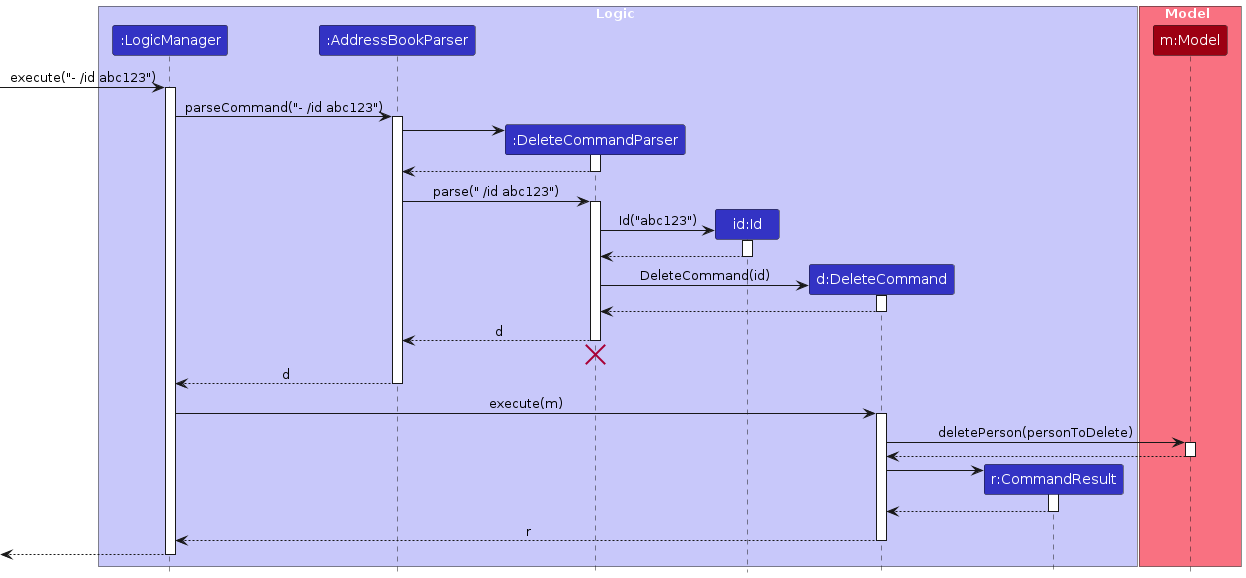
Above: diagrams/DeleteSequenceDiagram.png in shunjieee/tp (PlantUML), before the change. Its source is kept beside it as diagrams/DeleteSequenceDiagram.puml.
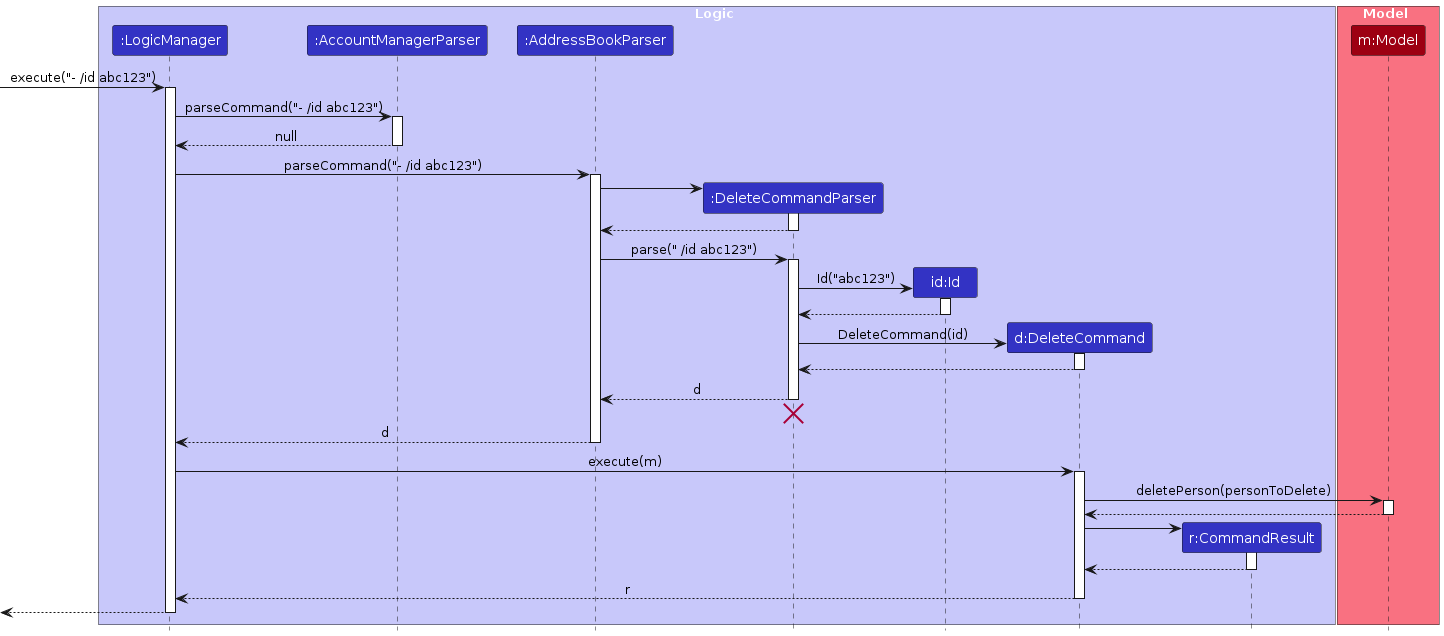
The same diagram one commit later.

Change to the diagram source:
```diff
@@ -4,6 +4,7 @@
 
 box Logic LOGIC_COLOR_T1
 participant ":LogicManager" as LogicManager LOGIC_COLOR
+participant ":AccountManagerParser" as AccountManagerParser LOGIC_COLOR
 participant ":AddressBookParser" as AddressBookParser LOGIC_COLOR
 participant ":DeleteCommandParser" as DeleteCommandParser LOGIC_COLOR
 participant "id:Id" as Id LOGIC_COLOR
@@ -17,6 +18,12 @@
 
 [-> LogicManager : execute("- /id abc123")
 activate LogicManager
+
+LogicManager -> AccountManagerParser : parseCommand("- /id abc123")
+activate AccountManagerParser
+
+AccountManagerParser --> LogicManager : null
+deactivate AccountManagerParser
 
 LogicManager -> AddressBookParser : parseCommand("- /id abc123")
 activate AddressBookParser
```
